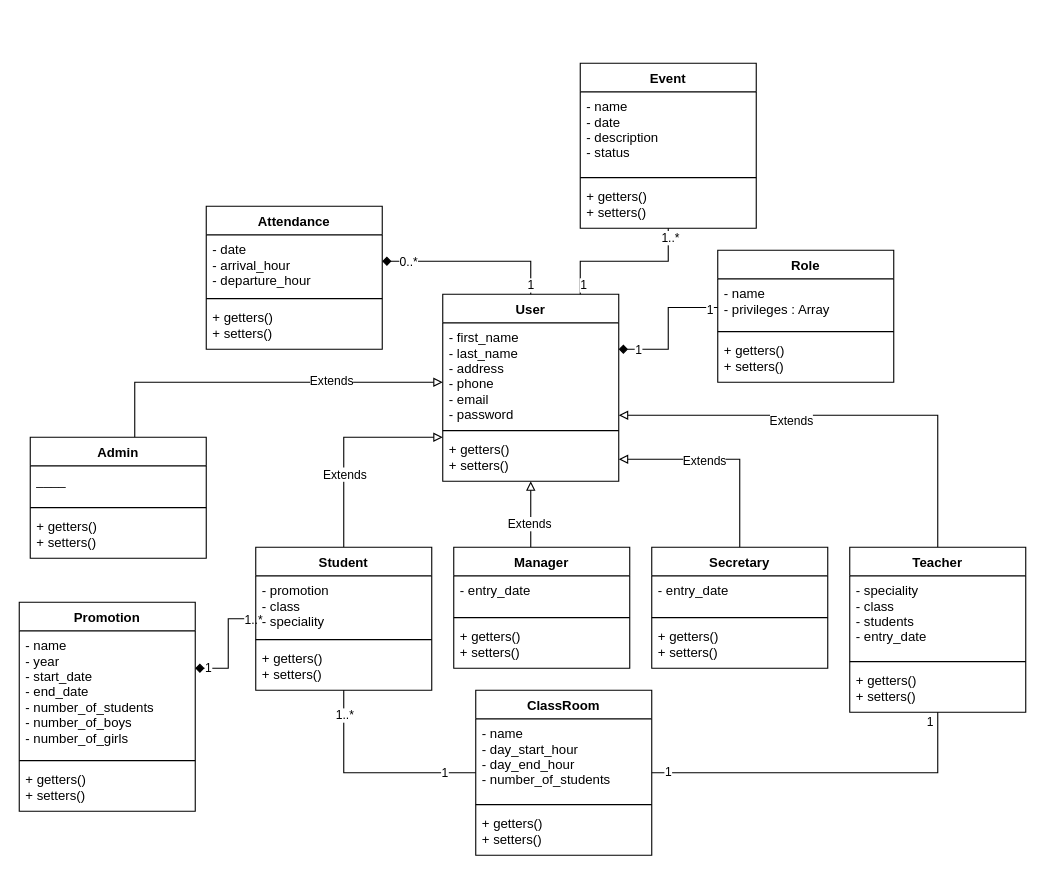
Above: UML/Système de pointage.drawio in Full-stack-Java-Larael/Systeme-de-pointage (draw.io), before the change. Source tidied: cells renumbered, new cells numbered last; positions are measured from the earlier drawing's top-left corner, leaving out a move shared by most shapes. Both pictures are drawn from the tidied source at 110%, with x=0, y=0 at pixel (19, 63).
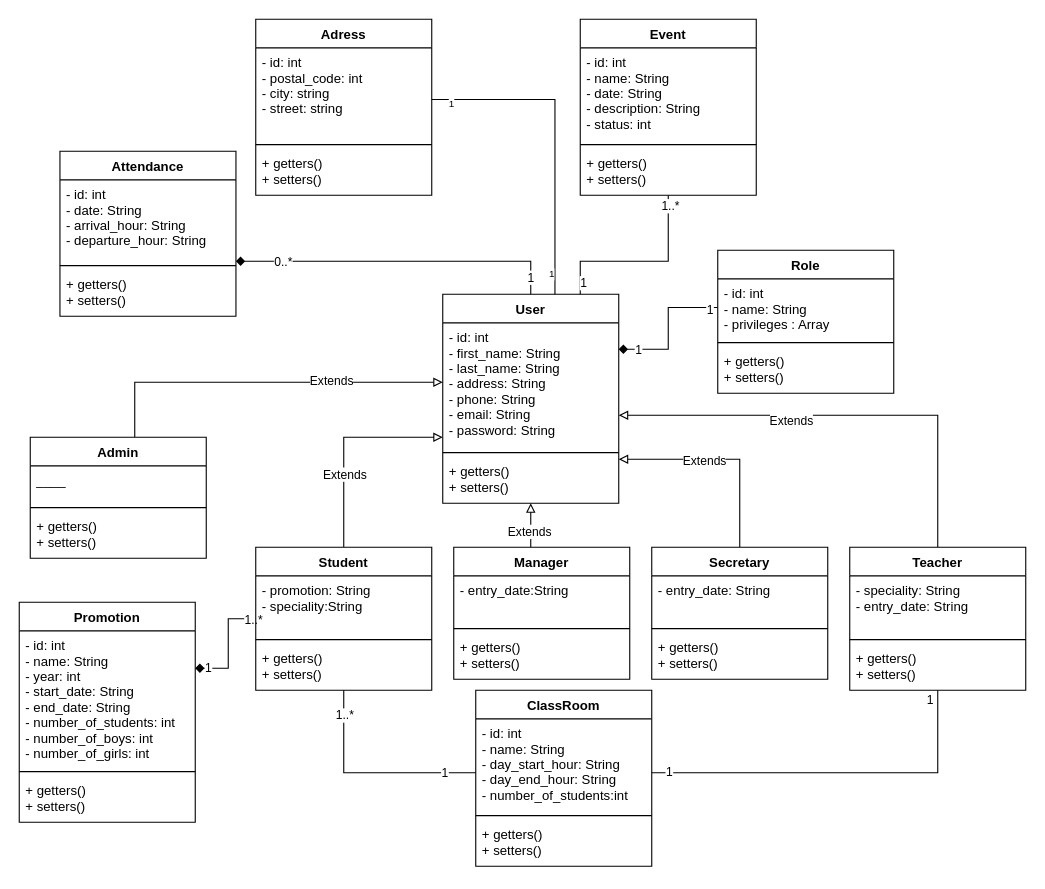
The same page after the edit.

Unchanged cells that the change refers to:
```xml
<mxCell id="43" value="Student" style="swimlane;fontStyle=1;align=center;verticalAlign=top;horizontal=1;startSize=26;" parent="1" vertex="1">
  <mxGeometry x="215" y="440" width="160" height="130" as="geometry" />
</mxCell>
```

The edit, as a diff of the source:
```diff
@@
     <mxCell id="2" value="User" style="swimlane;fontStyle=1;align=center;verticalAlign=top;horizontal=1;startSize=26;" parent="1" vertex="1">
-      <mxGeometry x="385" y="210" width="160" height="170" as="geometry" />
+      <mxGeometry x="385" y="210" width="160" height="190" as="geometry" />
     </mxCell>
-    <mxCell id="3" value="- first_name&#10;- last_name&#10;- address&#10;- phone&#10;- email&#10;- password" style="text;strokeColor=none;fillColor=none;align=left;verticalAlign=top;spacingLeft=4;spacingRight=4;overflow=hidden;points=[[0,0.5],[1,0.5]];portConstraint=eastwest;" parent="2" vertex="1">
-      <mxGeometry y="26" width="160" height="94" as="geometry" />
+    <mxCell id="3" value="- id: int&#10;- first_name: String&#10;- last_name: String&#10;- address: String&#10;- phone: String&#10;- email: String&#10;- password: String" style="text;strokeColor=none;fillColor=none;align=left;verticalAlign=top;spacingLeft=4;spacingRight=4;overflow=hidden;points=[[0,0.5],[1,0.5]];portConstraint=eastwest;" parent="2" vertex="1">
+      <mxGeometry y="26" width="160" height="114" as="geometry" />
     </mxCell>
     <mxCell id="4" style="line;strokeWidth=1;fillColor=none;align=left;verticalAlign=middle;spacingTop=-1;spacingLeft=3;spacingRight=3;labelPosition=right;" parent="2" vertex="1">
-      <mxGeometry y="120" width="160" height="8" as="geometry" />
+      <mxGeometry y="140" width="160" height="8" as="geometry" />
     </mxCell>
     <mxCell id="5" value="+ getters()&#10;+ setters()" style="text;strokeColor=none;fillColor=none;align=left;verticalAlign=top;spacingLeft=4;spacingRight=4;overflow=hidden;" parent="2" vertex="1">
-      <mxGeometry y="128" width="160" height="42" as="geometry" />
+      <mxGeometry y="148" width="160" height="42" as="geometry" />
     </mxCell>
@@
     <mxCell id="9" value="Promotion" style="swimlane;fontStyle=1;align=center;verticalAlign=top;horizontal=1;startSize=26;" parent="1" vertex="1">
-      <mxGeometry y="490" width="160" height="190" as="geometry" />
+      <mxGeometry y="490" width="160" height="200" as="geometry" />
     </mxCell>
-    <mxCell id="10" value="- name&#10;- year&#10;- start_date&#10;- end_date&#10;- number_of_students&#10;- number_of_boys&#10;- number_of_girls" style="text;strokeColor=none;fillColor=none;align=left;verticalAlign=top;spacingLeft=4;spacingRight=4;overflow=hidden;" parent="9" vertex="1">
-      <mxGeometry y="26" width="160" height="114" as="geometry" />
+    <mxCell id="10" value="- id: int&#10;- name: String&#10;- year: int&#10;- start_date: String&#10;- end_date: String&#10;- number_of_students: int&#10;- number_of_boys: int&#10;- number_of_girls: int" style="text;strokeColor=none;fillColor=none;align=left;verticalAlign=top;spacingLeft=4;spacingRight=4;overflow=hidden;" parent="9" vertex="1">
+      <mxGeometry y="26" width="160" height="124" as="geometry" />
     </mxCell>
     <mxCell id="11" style="line;strokeWidth=1;fillColor=none;align=left;verticalAlign=middle;spacingTop=-1;spacingLeft=3;spacingRight=3;labelPosition=right;" parent="9" vertex="1">
-      <mxGeometry y="140" width="160" height="8" as="geometry" />
+      <mxGeometry y="150" width="160" height="8" as="geometry" />
     </mxCell>
     <mxCell id="12" value="+ getters()&#10;+ setters()" style="text;strokeColor=none;fillColor=none;align=left;verticalAlign=top;spacingLeft=4;spacingRight=4;overflow=hidden;" parent="9" vertex="1">
-      <mxGeometry y="148" width="160" height="42" as="geometry" />
+      <mxGeometry y="158" width="160" height="42" as="geometry" />
     </mxCell>
@@
     <mxCell id="16" value="Role" style="swimlane;fontStyle=1;align=center;verticalAlign=top;horizontal=1;startSize=26;" parent="1" vertex="1">
-      <mxGeometry x="635" y="170" width="160" height="120" as="geometry" />
+      <mxGeometry x="635" y="170" width="160" height="130" as="geometry" />
     </mxCell>
-    <mxCell id="17" value="- name&#10;- privileges : Array" style="text;strokeColor=none;fillColor=none;align=left;verticalAlign=top;spacingLeft=4;spacingRight=4;overflow=hidden;" parent="16" vertex="1">
-      <mxGeometry y="26" width="160" height="44" as="geometry" />
+    <mxCell id="17" value="- id: int&#10;- name: String&#10;- privileges : Array" style="text;strokeColor=none;fillColor=none;align=left;verticalAlign=top;spacingLeft=4;spacingRight=4;overflow=hidden;" parent="16" vertex="1">
+      <mxGeometry y="26" width="160" height="54" as="geometry" />
     </mxCell>
     <mxCell id="18" style="line;strokeWidth=1;fillColor=none;align=left;verticalAlign=middle;spacingTop=-1;spacingLeft=3;spacingRight=3;labelPosition=right;" parent="16" vertex="1">
-      <mxGeometry y="70" width="160" height="8" as="geometry" />
+      <mxGeometry y="80" width="160" height="8" as="geometry" />
     </mxCell>
     <mxCell id="19" value="+ getters()&#10;+ setters()" style="text;strokeColor=none;fillColor=none;align=left;verticalAlign=top;spacingLeft=4;spacingRight=4;overflow=hidden;" parent="16" vertex="1">
-      <mxGeometry y="78" width="160" height="42" as="geometry" />
+      <mxGeometry y="88" width="160" height="42" as="geometry" />
     </mxCell>
@@
     <mxCell id="25" value="Teacher" style="swimlane;fontStyle=1;align=center;verticalAlign=top;horizontal=1;startSize=26;" parent="1" vertex="1">
-      <mxGeometry x="755" y="440" width="160" height="150" as="geometry" />
+      <mxGeometry x="755" y="440" width="160" height="130" as="geometry" />
     </mxCell>
-    <mxCell id="26" value="- speciality&#10;- class&#10;- students&#10;- entry_date" style="text;strokeColor=none;fillColor=none;align=left;verticalAlign=top;spacingLeft=4;spacingRight=4;overflow=hidden;" parent="25" vertex="1">
-      <mxGeometry y="26" width="160" height="74" as="geometry" />
+    <mxCell id="26" value="- speciality: String&#10;- entry_date: String" style="text;strokeColor=none;fillColor=none;align=left;verticalAlign=top;spacingLeft=4;spacingRight=4;overflow=hidden;" parent="25" vertex="1">
+      <mxGeometry y="26" width="160" height="54" as="geometry" />
     </mxCell>
     <mxCell id="27" style="line;strokeWidth=1;fillColor=none;align=left;verticalAlign=middle;spacingTop=-1;spacingLeft=3;spacingRight=3;labelPosition=right;" parent="25" vertex="1">
-      <mxGeometry y="100" width="160" height="8" as="geometry" />
+      <mxGeometry y="80" width="160" height="8" as="geometry" />
     </mxCell>
     <mxCell id="28" value="+ getters()&#10;+ setters()" style="text;strokeColor=none;fillColor=none;align=left;verticalAlign=top;spacingLeft=4;spacingRight=4;overflow=hidden;" parent="25" vertex="1">
-      <mxGeometry y="108" width="160" height="42" as="geometry" />
+      <mxGeometry y="88" width="160" height="42" as="geometry" />
     </mxCell>
@@
     <mxCell id="31" value="Manager" style="swimlane;fontStyle=1;align=center;verticalAlign=top;horizontal=1;startSize=26;" parent="1" vertex="1">
-      <mxGeometry x="395" y="440" width="160" height="110" as="geometry" />
+      <mxGeometry x="395" y="440" width="160" height="120" as="geometry" />
     </mxCell>
-    <mxCell id="32" value="- entry_date" style="text;strokeColor=none;fillColor=none;align=left;verticalAlign=top;spacingLeft=4;spacingRight=4;overflow=hidden;" parent="31" vertex="1">
-      <mxGeometry y="26" width="160" height="34" as="geometry" />
+    <mxCell id="32" value="- entry_date:String" style="text;strokeColor=none;fillColor=none;align=left;verticalAlign=top;spacingLeft=4;spacingRight=4;overflow=hidden;" parent="31" vertex="1">
+      <mxGeometry y="26" width="160" height="44" as="geometry" />
     </mxCell>
     <mxCell id="33" style="line;strokeWidth=1;fillColor=none;align=left;verticalAlign=middle;spacingTop=-1;spacingLeft=3;spacingRight=3;labelPosition=right;" parent="31" vertex="1">
-      <mxGeometry y="60" width="160" height="8" as="geometry" />
+      <mxGeometry y="70" width="160" height="8" as="geometry" />
     </mxCell>
     <mxCell id="34" value="+ getters()&#10;+ setters()" style="text;strokeColor=none;fillColor=none;align=left;verticalAlign=top;spacingLeft=4;spacingRight=4;overflow=hidden;" parent="31" vertex="1">
-      <mxGeometry y="68" width="160" height="42" as="geometry" />
+      <mxGeometry y="78" width="160" height="42" as="geometry" />
     </mxCell>
@@
     <mxCell id="37" value="Secretary" style="swimlane;fontStyle=1;align=center;verticalAlign=top;horizontal=1;startSize=26;" parent="1" vertex="1">
-      <mxGeometry x="575" y="440" width="160" height="110" as="geometry" />
+      <mxGeometry x="575" y="440" width="160" height="120" as="geometry" />
     </mxCell>
-    <mxCell id="38" value="- entry_date" style="text;strokeColor=none;fillColor=none;align=left;verticalAlign=top;spacingLeft=4;spacingRight=4;overflow=hidden;" parent="37" vertex="1">
-      <mxGeometry y="26" width="160" height="34" as="geometry" />
+    <mxCell id="38" value="- entry_date: String" style="text;strokeColor=none;fillColor=none;align=left;verticalAlign=top;spacingLeft=4;spacingRight=4;overflow=hidden;" parent="37" vertex="1">
+      <mxGeometry y="26" width="160" height="44" as="geometry" />
     </mxCell>
     <mxCell id="39" style="line;strokeWidth=1;fillColor=none;align=left;verticalAlign=middle;spacingTop=-1;spacingLeft=3;spacingRight=3;labelPosition=right;" parent="37" vertex="1">
-      <mxGeometry y="60" width="160" height="8" as="geometry" />
+      <mxGeometry y="70" width="160" height="8" as="geometry" />
     </mxCell>
     <mxCell id="40" value="+ getters()&#10;+ setters()" style="text;strokeColor=none;fillColor=none;align=left;verticalAlign=top;spacingLeft=4;spacingRight=4;overflow=hidden;" parent="37" vertex="1">
-      <mxGeometry y="68" width="160" height="42" as="geometry" />
+      <mxGeometry y="78" width="160" height="42" as="geometry" />
     </mxCell>
@@
-    <mxCell id="44" value="- promotion&#10;- class&#10;- speciality" style="text;strokeColor=none;fillColor=none;align=left;verticalAlign=top;spacingLeft=4;spacingRight=4;overflow=hidden;" parent="43" vertex="1">
+    <mxCell id="44" value="- promotion: String&#10;- speciality:String" style="text;strokeColor=none;fillColor=none;align=left;verticalAlign=top;spacingLeft=4;spacingRight=4;overflow=hidden;" parent="43" vertex="1">
       <mxGeometry y="26" width="160" height="54" as="geometry" />
     </mxCell>
@@
-    <mxCell id="53" style="edgeStyle=orthogonalEdgeStyle;rounded=0;jettySize=auto;html=1;endArrow=none;endFill=0;startArrow=diamond;startFill=1;" parent="1" edge="1" source="56" target="2">
+    <mxCell id="53" style="edgeStyle=orthogonalEdgeStyle;rounded=0;jettySize=auto;html=1;endArrow=none;endFill=0;startArrow=diamond;startFill=1;" parent="1" edge="1" source="74" target="2">
       <mxGeometry relative="1" as="geometry">
         <Array as="points">
           <mxPoint x="465" y="180" />
         </Array>
       </mxGeometry>
     </mxCell>
@@
-    <mxCell id="56" value="Attendance" style="swimlane;fontStyle=1;align=center;verticalAlign=top;horizontal=1;startSize=26;" parent="1" vertex="1">
-      <mxGeometry x="170" y="130" width="160" height="130" as="geometry" />
+    <mxCell id="56" value="Adress" style="swimlane;fontStyle=1;align=center;verticalAlign=top;horizontal=1;startSize=26;" parent="1" vertex="1">
+      <mxGeometry x="215" y="-40" width="160" height="160" as="geometry" />
     </mxCell>
-    <mxCell id="57" value="- date&#10;- arrival_hour&#10;- departure_hour" style="text;strokeColor=none;fillColor=none;align=left;verticalAlign=top;spacingLeft=4;spacingRight=4;overflow=hidden;points=[[0,0.5],[1,0.5]];portConstraint=eastwest;" parent="56" vertex="1">
-      <mxGeometry y="26" width="160" height="54" as="geometry" />
+    <mxCell id="57" value="- id: int&#10;- postal_code: int&#10;- city: string&#10;- street: string" style="text;strokeColor=none;fillColor=none;align=left;verticalAlign=top;spacingLeft=4;spacingRight=4;overflow=hidden;points=[[0,0.5],[1,0.5]];portConstraint=eastwest;" parent="56" vertex="1">
+      <mxGeometry y="26" width="160" height="84" as="geometry" />
     </mxCell>
     <mxCell id="58" style="line;strokeWidth=1;fillColor=none;align=left;verticalAlign=middle;spacingTop=-1;spacingLeft=3;spacingRight=3;labelPosition=right;" parent="56" vertex="1">
-      <mxGeometry y="80" width="160" height="8" as="geometry" />
+      <mxGeometry y="110" width="160" height="8" as="geometry" />
     </mxCell>
     <mxCell id="59" value="+ getters()&#10;+ setters()" style="text;strokeColor=none;fillColor=none;align=left;verticalAlign=top;spacingLeft=4;spacingRight=4;overflow=hidden;" parent="56" vertex="1">
-      <mxGeometry y="88" width="160" height="42" as="geometry" />
+      <mxGeometry y="118" width="160" height="42" as="geometry" />
     </mxCell>
@@
     <mxCell id="63" value="ClassRoom" style="swimlane;fontStyle=1;align=center;verticalAlign=top;horizontal=1;startSize=26;" parent="1" vertex="1">
-      <mxGeometry x="415" y="570" width="160" height="150" as="geometry" />
+      <mxGeometry x="415" y="570" width="160" height="160" as="geometry" />
     </mxCell>
-    <mxCell id="64" value="- name&#10;- day_start_hour&#10;- day_end_hour&#10;- number_of_students&#10;" style="text;strokeColor=none;fillColor=none;align=left;verticalAlign=top;spacingLeft=4;spacingRight=4;overflow=hidden;" parent="63" vertex="1">
-      <mxGeometry y="26" width="160" height="74" as="geometry" />
+    <mxCell id="64" value="- id: int&#10;- name: String&#10;- day_start_hour: String&#10;- day_end_hour: String&#10;- number_of_students:int&#10;" style="text;strokeColor=none;fillColor=none;align=left;verticalAlign=top;spacingLeft=4;spacingRight=4;overflow=hidden;" parent="63" vertex="1">
+      <mxGeometry y="26" width="160" height="84" as="geometry" />
     </mxCell>
     <mxCell id="65" style="line;strokeWidth=1;fillColor=none;align=left;verticalAlign=middle;spacingTop=-1;spacingLeft=3;spacingRight=3;labelPosition=right;" parent="63" vertex="1">
-      <mxGeometry y="100" width="160" height="8" as="geometry" />
+      <mxGeometry y="110" width="160" height="8" as="geometry" />
     </mxCell>
     <mxCell id="66" value="+ getters()&#10;+ setters()" style="text;strokeColor=none;fillColor=none;align=left;verticalAlign=top;spacingLeft=4;spacingRight=4;overflow=hidden;" parent="63" vertex="1">
-      <mxGeometry y="108" width="160" height="42" as="geometry" />
+      <mxGeometry y="118" width="160" height="42" as="geometry" />
     </mxCell>
@@
     <mxCell id="70" value="Event" style="swimlane;fontStyle=1;align=center;verticalAlign=top;horizontal=1;startSize=26;" parent="1" vertex="1">
-      <mxGeometry x="510" width="160" height="150" as="geometry" />
+      <mxGeometry x="510" y="-40" width="160" height="160" as="geometry" />
     </mxCell>
-    <mxCell id="71" value="- name&#10;- date&#10;- description&#10;- status" style="text;strokeColor=none;fillColor=none;align=left;verticalAlign=top;spacingLeft=4;spacingRight=4;overflow=hidden;" parent="70" vertex="1">
-      <mxGeometry y="26" width="160" height="74" as="geometry" />
+    <mxCell id="71" value="- id: int&#10;- name: String&#10;- date: String&#10;- description: String&#10;- status: int" style="text;strokeColor=none;fillColor=none;align=left;verticalAlign=top;spacingLeft=4;spacingRight=4;overflow=hidden;" parent="70" vertex="1">
+      <mxGeometry y="26" width="160" height="84" as="geometry" />
     </mxCell>
     <mxCell id="72" style="line;strokeWidth=1;fillColor=none;align=left;verticalAlign=middle;spacingTop=-1;spacingLeft=3;spacingRight=3;labelPosition=right;" parent="70" vertex="1">
-      <mxGeometry y="100" width="160" height="8" as="geometry" />
+      <mxGeometry y="110" width="160" height="8" as="geometry" />
     </mxCell>
     <mxCell id="73" value="+ getters()&#10;+ setters()" style="text;strokeColor=none;fillColor=none;align=left;verticalAlign=top;spacingLeft=4;spacingRight=4;overflow=hidden;" parent="70" vertex="1">
-      <mxGeometry y="108" width="160" height="42" as="geometry" />
+      <mxGeometry y="118" width="160" height="42" as="geometry" />
     </mxCell>
+    <mxCell id="74" value="Attendance" style="swimlane;fontStyle=1;align=center;verticalAlign=top;horizontal=1;startSize=26;" parent="1" vertex="1">
+      <mxGeometry x="37" y="80" width="160" height="150" as="geometry" />
+    </mxCell>
+    <mxCell id="75" value="- id: int&#10;- date: String&#10;- arrival_hour: String&#10;- departure_hour: String" style="text;strokeColor=none;fillColor=none;align=left;verticalAlign=top;spacingLeft=4;spacingRight=4;overflow=hidden;" parent="74" vertex="1">
+      <mxGeometry y="26" width="160" height="74" as="geometry" />
+    </mxCell>
+    <mxCell id="76" style="line;strokeWidth=1;fillColor=none;align=left;verticalAlign=middle;spacingTop=-1;spacingLeft=3;spacingRight=3;labelPosition=right;" parent="74" vertex="1">
+      <mxGeometry y="100" width="160" height="8" as="geometry" />
+    </mxCell>
+    <mxCell id="77" value="+ getters()&#10;+ setters()" style="text;strokeColor=none;fillColor=none;align=left;verticalAlign=top;spacingLeft=4;spacingRight=4;overflow=hidden;" parent="74" vertex="1">
+      <mxGeometry y="108" width="160" height="42" as="geometry" />
+    </mxCell>
+    <mxCell id="78" style="edgeStyle=orthogonalEdgeStyle;rounded=0;jettySize=auto;html=1;startArrow=none;startFill=0;endArrow=none;endFill=0;fontSize=9;" parent="1" edge="1" source="57" target="2">
+      <mxGeometry relative="1" as="geometry">
+        <Array as="points">
+          <mxPoint x="487" y="33" />
+        </Array>
+      </mxGeometry>
+    </mxCell>
+    <mxCell id="79" value="1" style="edgeLabel;html=1;align=center;verticalAlign=middle;fontSize=9;" parent="78" vertex="1">
+      <mxGeometry x="-0.88" y="-3" relative="1" as="geometry" />
+    </mxCell>
+    <mxCell id="80" value="1" style="edgeLabel;html=1;align=center;verticalAlign=middle;fontSize=9;" parent="78" vertex="1">
+      <mxGeometry x="0.87" y="-4" relative="1" as="geometry" />
+    </mxCell>
```
